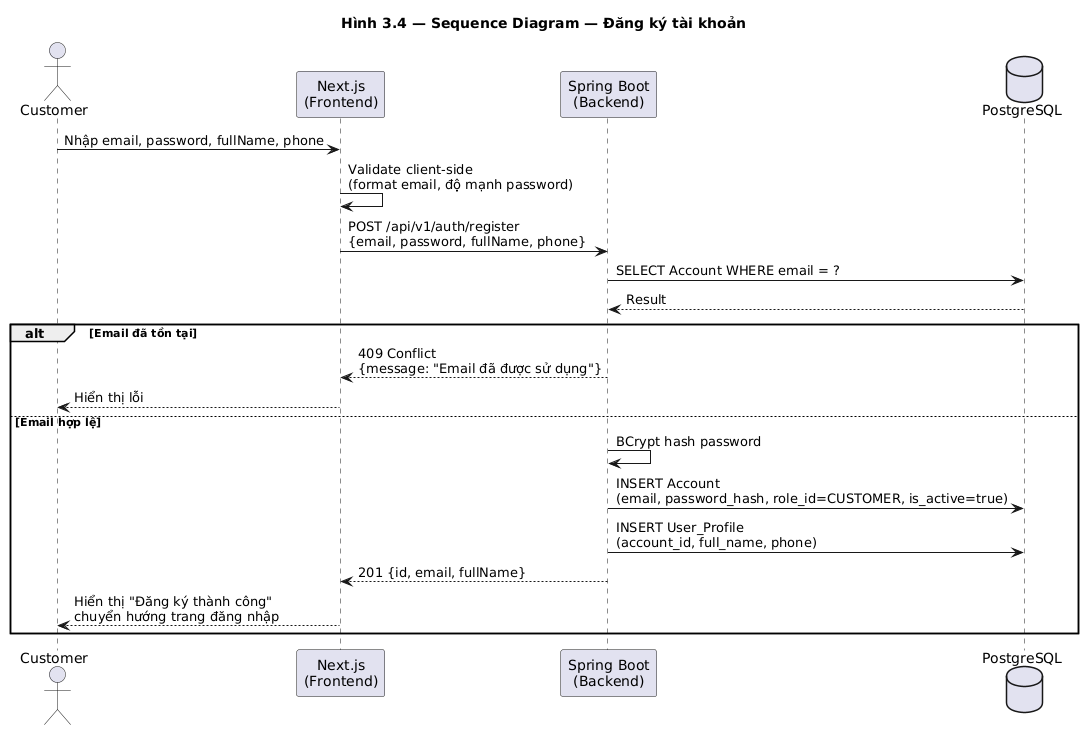
Above: docs/diagrams/images/seq_register.png in huuhieu56/PC-Parts-ECommerce (PlantUML), before the change.
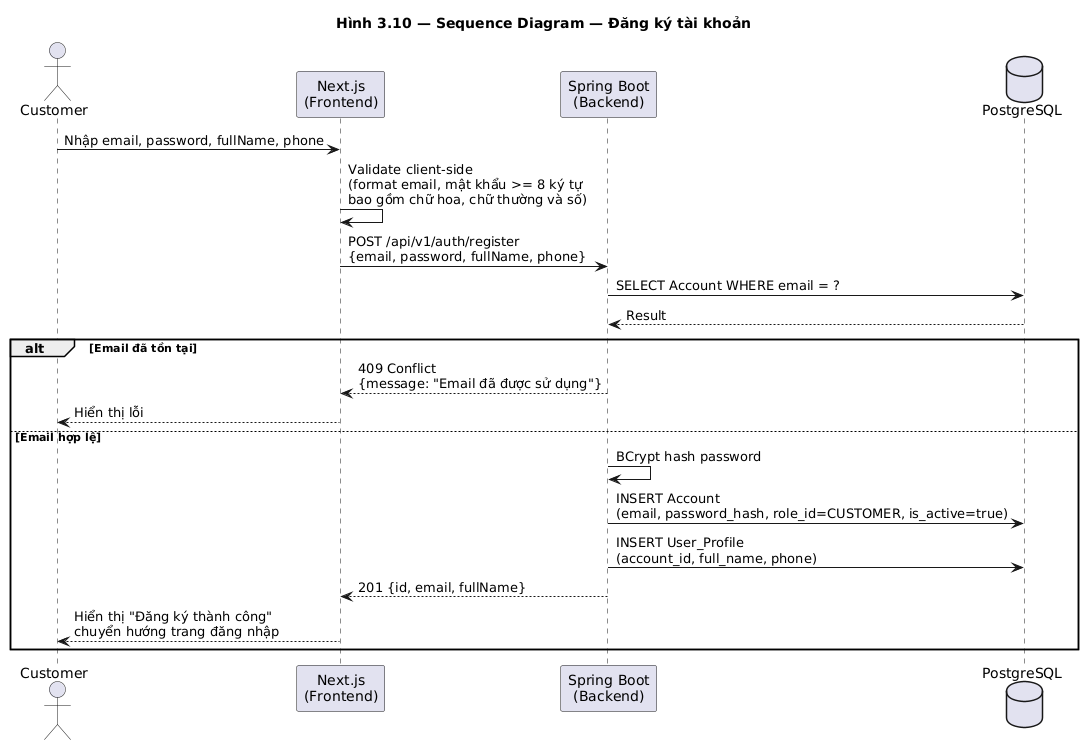
The same diagram one commit later.

Change to the diagram source:
```diff
@@ -1,5 +1,5 @@
 @startuml seq_register
-title Hình 3.4 — Sequence Diagram — Đăng ký tài khoản
+title Hình 3.10 — Sequence Diagram — Đăng ký tài khoản
 
 actor Customer
 participant "Next.js\n(Frontend)" as FE
@@ -7,7 +7,7 @@
 database "PostgreSQL" as DB
 
 Customer -> FE : Nhập email, password, fullName, phone
-FE -> FE : Validate client-side\n(format email, độ mạnh password)
+FE -> FE : Validate client-side\n(format email, mật khẩu >= 8 ký tự\nbao gồm chữ hoa, chữ thường và số)
 FE -> BE : POST /api/v1/auth/register\n{email, password, fullName, phone}
 
 BE -> DB : SELECT Account WHERE email = ?
```
